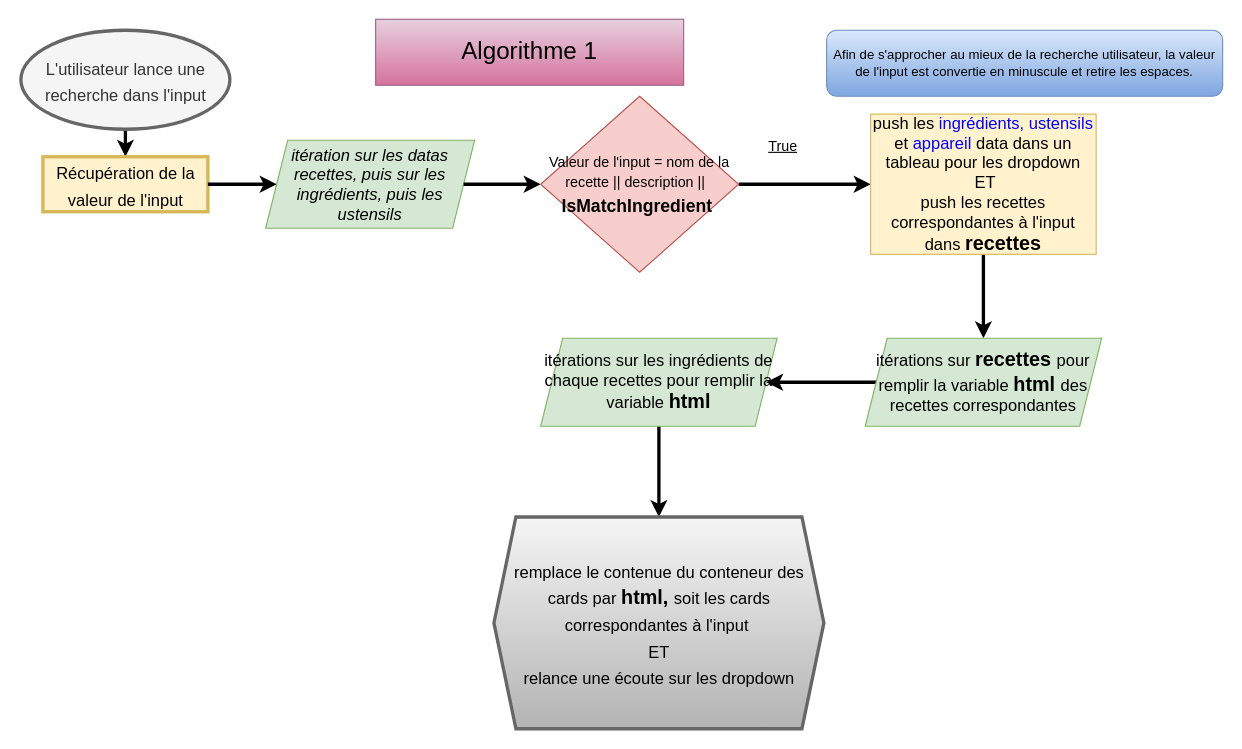
kbosc/KevinBosc_7_21-10-2021 keeps this draw.io diagram as page "Page-1" (1 of 2) of Untitled Diagram.drawio. Above is the earlier version. Source tidied: cells renumbered, new cells numbered last; positions are measured from the earlier drawing's top-left corner, leaving out a move shared by most shapes. Both pictures are drawn from the tidied source at 110%, with x=0, y=0 at pixel (21, 19).
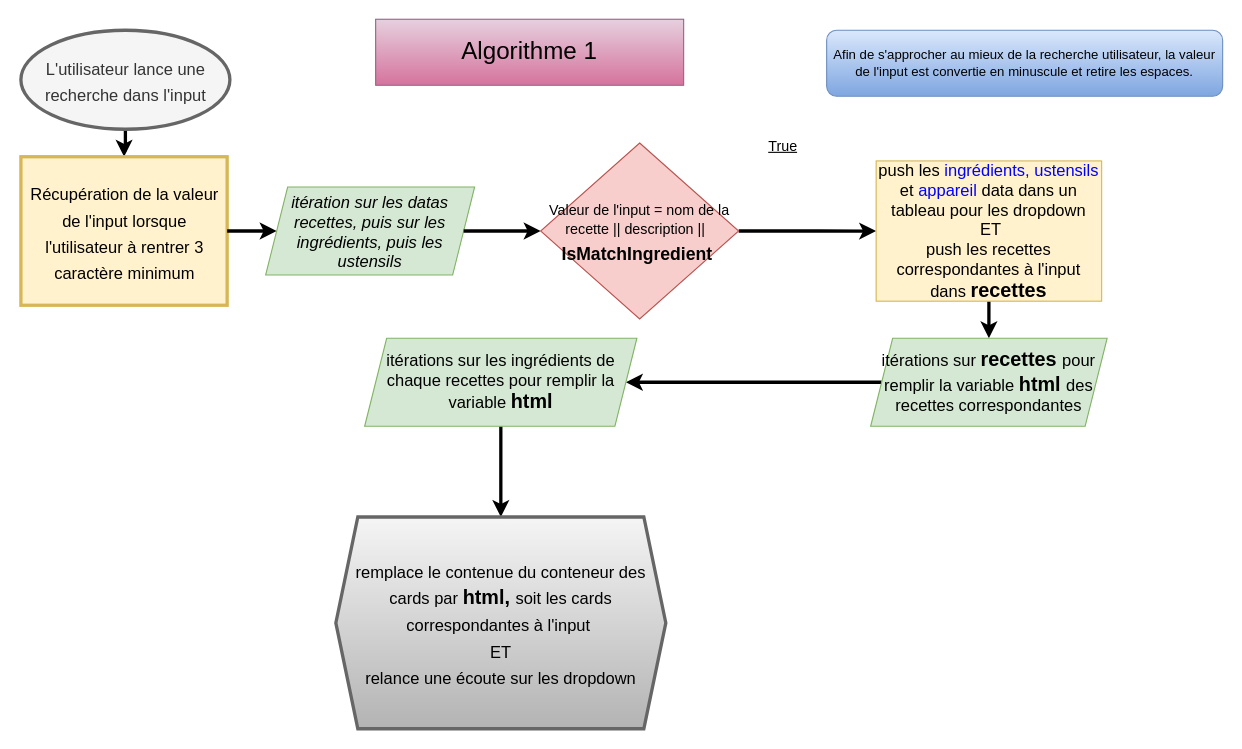
The same diagram, later.

Diff of the diagram source:
```diff
@@
 <mxGraphModel>
   <root>
     <mxCell id="0" />
     <mxCell id="1" parent="0" />
     <mxCell id="2" style="edgeStyle=orthogonalEdgeStyle;jettySize=auto;html=1;strokeWidth=3;" parent="1" edge="1" source="3" target="4">
       <mxGeometry relative="1" as="geometry" />
     </mxCell>
     <mxCell id="3" value="&lt;font style=&quot;font-size: 15px&quot;&gt;L'utilisateur lance une recherche dans l'input&lt;/font&gt;" style="ellipse;whiteSpace=wrap;html=1;fontSize=20;strokeColor=#666666;strokeWidth=3;fillColor=#f5f5f5;align=center;rounded=0;fontColor=#333333;" parent="1" vertex="1">
       <mxGeometry x="-0.5" y="10" width="190" height="90" as="geometry" />
     </mxCell>
-    <mxCell id="4" value="&lt;font style=&quot;font-size: 15px&quot;&gt;Récupération de la valeur de l'input&lt;/font&gt;" style="whiteSpace=wrap;html=1;rounded=0;fontSize=20;strokeWidth=3;fillColor=#fff2cc;strokeColor=#d6b656;" parent="1" vertex="1">
-      <mxGeometry x="19.5" y="125" width="150" height="50" as="geometry" />
+    <mxCell id="4" value="&lt;font style=&quot;font-size: 15px&quot;&gt;Récupération de la valeur de l'input lorsque l'utilisateur à rentrer 3 caractère minimum&lt;/font&gt;" style="whiteSpace=wrap;html=1;rounded=0;fontSize=20;strokeWidth=3;fillColor=#fff2cc;strokeColor=#d6b656;" parent="1" vertex="1">
+      <mxGeometry x="-0.5" y="125" width="187.5" height="135" as="geometry" />
     </mxCell>
     <mxCell id="5" value="&lt;span&gt;Afin de s'approcher au mieux de la recherche utilisateur, la valeur de l'input est convertie en minuscule et retire les espaces.&lt;/span&gt;" style="rounded=1;whiteSpace=wrap;html=1;fillColor=#dae8fc;strokeColor=#6c8ebf;gradientColor=#7ea6e0;" parent="1" vertex="1">
       <mxGeometry x="732" y="10" width="360" height="60" as="geometry" />
     </mxCell>
     <mxCell id="6" style="edgeStyle=orthogonalEdgeStyle;jettySize=auto;html=1;fontSize=15;strokeWidth=3;" parent="1" edge="1" source="4" target="7">
       <mxGeometry relative="1" as="geometry" />
     </mxCell>
     <mxCell id="7" value="&lt;i&gt;itération sur les datas recettes, puis sur les ingrédients, puis les ustensils&lt;/i&gt;" style="shape=parallelogram;perimeter=parallelogramPerimeter;whiteSpace=wrap;html=1;fixedSize=1;fontSize=15;fillColor=#d5e8d4;strokeColor=#82b366;" parent="1" vertex="1">
-      <mxGeometry x="222" y="110" width="190" height="80" as="geometry" />
+      <mxGeometry x="222" y="152.5" width="190" height="80" as="geometry" />
     </mxCell>
     <mxCell id="8" style="edgeStyle=orthogonalEdgeStyle;jettySize=auto;html=1;fontSize=15;strokeWidth=3;" parent="1" edge="1" source="7" target="10">
       <mxGeometry relative="1" as="geometry" />
     </mxCell>
     <mxCell id="9" style="edgeStyle=orthogonalEdgeStyle;rounded=1;jettySize=auto;html=1;fontSize=18;fontColor=#000000;strokeWidth=3;" parent="1" edge="1" source="10" target="14">
       <mxGeometry relative="1" as="geometry" />
     </mxCell>
     <mxCell id="10" value="&lt;div&gt;&lt;span style=&quot;font-size: 13px&quot;&gt;Valeur de l'input = nom de la recette || description ||&amp;nbsp;&amp;nbsp;&lt;/span&gt;&lt;/div&gt;&lt;b style=&quot;font-size: 20px&quot;&gt;&lt;font style=&quot;font-size: 16px&quot;&gt;IsMatchIngredient&lt;/font&gt;&lt;/b&gt;&amp;nbsp;" style="rhombus;whiteSpace=wrap;html=1;fontSize=15;align=center;fillColor=#f8cecc;strokeColor=#b85450;" parent="1" vertex="1">
-      <mxGeometry x="472" y="70" width="180" height="160" as="geometry" />
+      <mxGeometry x="472" y="112.5" width="180" height="160" as="geometry" />
     </mxCell>
     <mxCell id="11" value="&lt;u&gt;True&lt;/u&gt;" style="text;html=1;align=center;verticalAlign=middle;strokeColor=none;fillColor=none;fontSize=13;" parent="1" vertex="1">
       <mxGeometry x="672" y="105" width="40" height="20" as="geometry" />
     </mxCell>
     <mxCell id="12" value="&lt;font style=&quot;font-size: 22px&quot;&gt;Algorithme 1&lt;/font&gt;" style="text;html=1;fillColor=#e6d0de;align=center;verticalAlign=middle;whiteSpace=wrap;rounded=0;fontSize=16;strokeColor=#996185;gradientColor=#d5739d;" parent="1" vertex="1">
       <mxGeometry x="322" width="280" height="60" as="geometry" />
     </mxCell>
     <mxCell id="13" style="edgeStyle=orthogonalEdgeStyle;rounded=1;jettySize=auto;html=1;fontSize=18;fontColor=#000000;strokeWidth=3;" parent="1" edge="1" source="14" target="16">
       <mxGeometry relative="1" as="geometry" />
     </mxCell>
     <mxCell id="14" value="push les &lt;font color=&quot;#0000ff&quot;&gt;ingrédients, ustensils &lt;/font&gt;et &lt;font color=&quot;#0000ff&quot;&gt;appareil&amp;nbsp;&lt;/font&gt;data dans un tableau pour les dropdown&lt;br&gt;&amp;nbsp;ET&lt;br&gt;push les recettes correspondantes à l'input dans &lt;b&gt;&lt;font style=&quot;font-size: 18px&quot;&gt;recettes&lt;/font&gt;&lt;/b&gt;" style="whiteSpace=wrap;html=1;fontSize=15;strokeColor=#d6b656;fillColor=#fff2cc;" parent="1" vertex="1">
-      <mxGeometry x="772" y="86.2" width="205" height="127.5" as="geometry" />
+      <mxGeometry x="777" y="128.8" width="205" height="127.5" as="geometry" />
     </mxCell>
     <mxCell id="15" style="edgeStyle=orthogonalEdgeStyle;rounded=1;jettySize=auto;html=1;fontSize=18;fontColor=#000000;strokeWidth=3;" parent="1" edge="1" source="16" target="18">
       <mxGeometry relative="1" as="geometry" />
     </mxCell>
     <mxCell id="16" value="itérations sur &lt;b&gt;&lt;font style=&quot;font-size: 18px&quot;&gt;recettes &lt;/font&gt;&lt;/b&gt;pour remplir la variable &lt;b&gt;&lt;font style=&quot;font-size: 18px&quot;&gt;html &lt;/font&gt;&lt;/b&gt;des recettes correspondantes" style="shape=parallelogram;perimeter=parallelogramPerimeter;whiteSpace=wrap;html=1;fixedSize=1;fontSize=15;strokeColor=#82b366;fillColor=#d5e8d4;" parent="1" vertex="1">
-      <mxGeometry x="767" y="290" width="215" height="80" as="geometry" />
+      <mxGeometry x="772" y="290" width="215" height="80" as="geometry" />
     </mxCell>
     <mxCell id="17" style="edgeStyle=orthogonalEdgeStyle;rounded=1;jettySize=auto;html=1;fontSize=18;fontColor=#000000;strokeWidth=3;" parent="1" edge="1" source="18" target="19">
       <mxGeometry relative="1" as="geometry" />
     </mxCell>
     <mxCell id="18" value="itérations sur les ingrédients de chaque recettes pour remplir la variable &lt;b&gt;&lt;font style=&quot;font-size: 18px&quot;&gt;html&lt;/font&gt;&lt;/b&gt;" style="shape=parallelogram;perimeter=parallelogramPerimeter;whiteSpace=wrap;html=1;fixedSize=1;fontSize=15;strokeColor=#82b366;fillColor=#d5e8d4;" parent="1" vertex="1">
-      <mxGeometry x="472" y="290" width="215" height="80" as="geometry" />
+      <mxGeometry x="312" y="290" width="247.5" height="80" as="geometry" />
     </mxCell>
     <mxCell id="19" value="&lt;font&gt;&lt;span style=&quot;font-size: 15px&quot;&gt;remplace le contenue du conteneur des cards par &lt;/span&gt;&lt;b&gt;&lt;font style=&quot;font-size: 18px&quot;&gt;html,&amp;nbsp;&lt;/font&gt;&lt;/b&gt;&lt;span style=&quot;font-size: 15px&quot;&gt;soit les cards correspondantes à l'input&amp;nbsp;&lt;/span&gt;&lt;br&gt;&lt;span style=&quot;font-size: 15px&quot;&gt;ET&lt;/span&gt;&lt;br&gt;&lt;span style=&quot;font-size: 15px&quot;&gt;relance une écoute sur les dropdown&lt;/span&gt;&lt;br&gt;&lt;/font&gt;" style="shape=hexagon;perimeter=hexagonPerimeter2;whiteSpace=wrap;html=1;fixedSize=1;rounded=0;fontSize=20;strokeWidth=3;fillColor=#f5f5f5;gradientColor=#b3b3b3;strokeColor=#666666;" parent="1" vertex="1">
-      <mxGeometry x="429.5" y="452.5" width="300" height="192.5" as="geometry" />
+      <mxGeometry x="285.8" y="452.5" width="300" height="192.5" as="geometry" />
     </mxCell>
   </root>
 </mxGraphModel>
```
